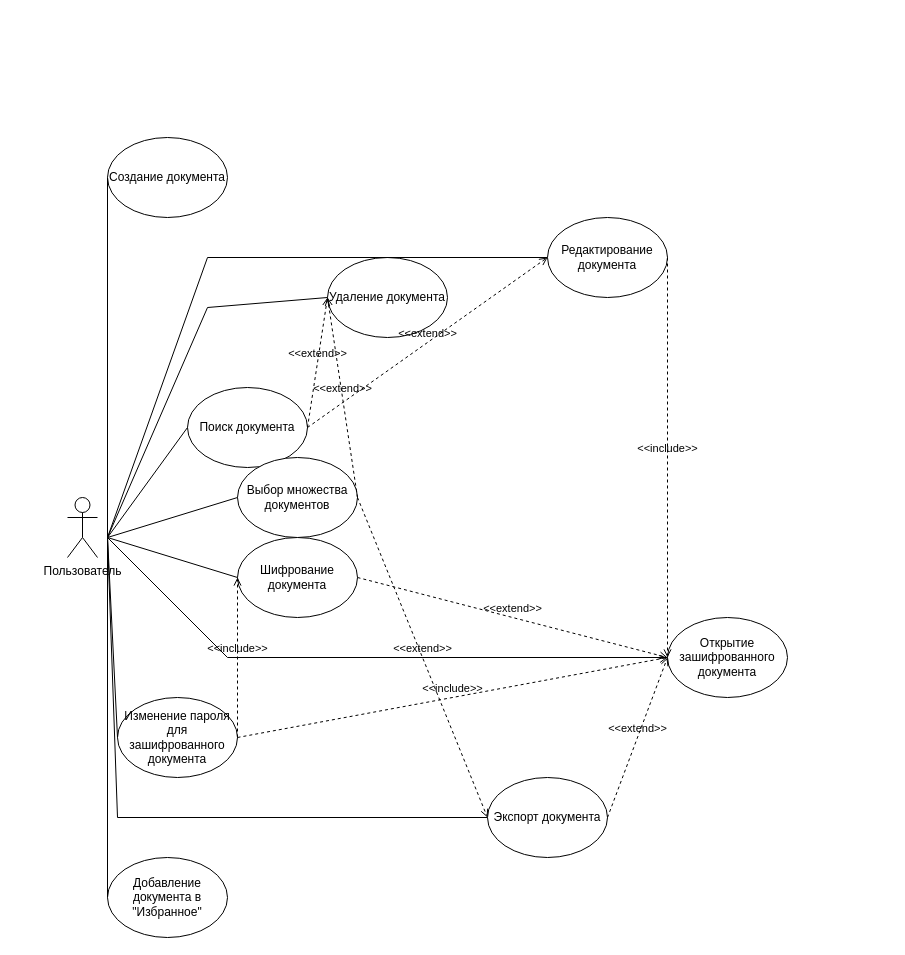
Before: lab_2.drawio in Silrec/TSiPPO, a draw.io diagram. Source tidied: cells renumbered, new cells numbered last; positions are measured from the earlier drawing's top-left corner, leaving out a move shared by most shapes. Both pictures are drawn from the tidied source at 100%, with x=0, y=0 at pixel (67, 137).
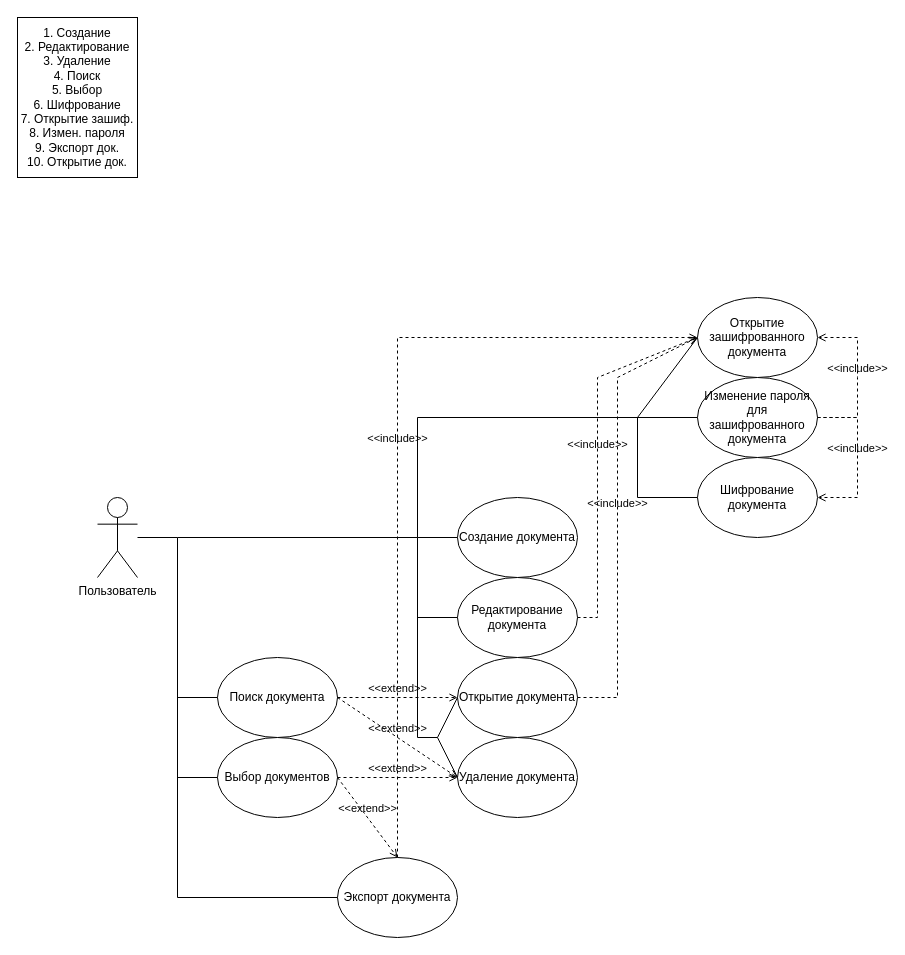
After the change.

What changed in the source:
```diff
@@
     <mxCell id="2" value="Пользователь" style="shape=umlActor;verticalLabelPosition=bottom;verticalAlign=top;html=1;" parent="1" vertex="1">
-      <mxGeometry y="360" width="30" height="60" as="geometry" />
+      <mxGeometry x="30" y="360" width="40" height="80" as="geometry" />
     </mxCell>
     <mxCell id="3" value="Создание документа" style="ellipse;whiteSpace=wrap;html=1;" parent="1" vertex="1">
-      <mxGeometry x="40" width="120" height="80" as="geometry" />
+      <mxGeometry x="390" y="360" width="120" height="80" as="geometry" />
     </mxCell>
     <mxCell id="4" value="Редактирование документа" style="ellipse;whiteSpace=wrap;html=1;" parent="1" vertex="1">
-      <mxGeometry x="480" y="80" width="120" height="80" as="geometry" />
+      <mxGeometry x="390" y="440" width="120" height="80" as="geometry" />
     </mxCell>
     <mxCell id="5" value="Удаление документа" style="ellipse;whiteSpace=wrap;html=1;" parent="1" vertex="1">
-      <mxGeometry x="260" y="120" width="120" height="80" as="geometry" />
+      <mxGeometry x="390" y="600" width="120" height="80" as="geometry" />
     </mxCell>
     <mxCell id="6" value="Поиск документа" style="ellipse;whiteSpace=wrap;html=1;" parent="1" vertex="1">
-      <mxGeometry x="120" y="250" width="120" height="80" as="geometry" />
+      <mxGeometry x="150" y="520" width="120" height="80" as="geometry" />
     </mxCell>
-    <mxCell id="7" value="Выбор множества документов" style="ellipse;whiteSpace=wrap;html=1;" parent="1" vertex="1">
-      <mxGeometry x="170" y="320" width="120" height="80" as="geometry" />
+    <mxCell id="7" value="Выбор&lt;span style=&quot;background-color: transparent; color: light-dark(rgb(0, 0, 0), rgb(255, 255, 255));&quot;&gt;&amp;nbsp;документов&lt;/span&gt;" style="ellipse;whiteSpace=wrap;html=1;" parent="1" vertex="1">
+      <mxGeometry x="150" y="600" width="120" height="80" as="geometry" />
     </mxCell>
     <mxCell id="8" value="Шифрование документа" style="ellipse;whiteSpace=wrap;html=1;" parent="1" vertex="1">
-      <mxGeometry x="170" y="400" width="120" height="80" as="geometry" />
+      <mxGeometry x="630" y="320" width="120" height="80" as="geometry" />
     </mxCell>
     <mxCell id="9" value="Открытие зашифрованного документа" style="ellipse;whiteSpace=wrap;html=1;" parent="1" vertex="1">
-      <mxGeometry x="600" y="480" width="120" height="80" as="geometry" />
+      <mxGeometry x="630" y="160" width="120" height="80" as="geometry" />
     </mxCell>
     <mxCell id="10" value="Изменение пароля для зашифрованного документа" style="ellipse;whiteSpace=wrap;html=1;" parent="1" vertex="1">
-      <mxGeometry x="50" y="560" width="120" height="80" as="geometry" />
+      <mxGeometry x="630" y="240" width="120" height="80" as="geometry" />
     </mxCell>
     <mxCell id="11" value="Экспорт документа" style="ellipse;whiteSpace=wrap;html=1;" parent="1" vertex="1">
-      <mxGeometry x="420" y="640" width="120" height="80" as="geometry" />
+      <mxGeometry x="270" y="720" width="120" height="80" as="geometry" />
     </mxCell>
-    <mxCell id="12" value="Добавление документа в &quot;Избранное&quot;" style="ellipse;whiteSpace=wrap;html=1;" parent="1" vertex="1">
-      <mxGeometry x="40" y="720" width="120" height="80" as="geometry" />
+    <mxCell id="12" value="Открытие документа" style="ellipse;whiteSpace=wrap;html=1;" parent="1" vertex="1">
+      <mxGeometry x="390" y="520" width="120" height="80" as="geometry" />
     </mxCell>
-    <mxCell id="13" style="endArrow=none;html=1;rounded=0;entryX=0;entryY=0.5;entryDx=0;entryDy=0;" parent="1" edge="1" target="3">
-      <mxGeometry relative="1" as="geometry">
-        <mxPoint x="40" y="400" as="sourcePoint" />
-      </mxGeometry>
-    </mxCell>
-    <mxCell id="14" style="endArrow=none;html=1;rounded=0;entryX=0;entryY=0.5;entryDx=0;entryDy=0;" parent="1" edge="1" target="4">
-      <mxGeometry relative="1" as="geometry">
-        <mxPoint x="40" y="400" as="sourcePoint" />
-        <Array as="points">
-          <mxPoint x="140" y="120" />
-        </Array>
-      </mxGeometry>
-    </mxCell>
-    <mxCell id="15" style="endArrow=none;html=1;rounded=0;entryX=0;entryY=0.5;entryDx=0;entryDy=0;" parent="1" edge="1" target="5">
-      <mxGeometry relative="1" as="geometry">
-        <mxPoint x="40" y="400" as="sourcePoint" />
-        <Array as="points">
-          <mxPoint x="140" y="170" />
-        </Array>
-      </mxGeometry>
-    </mxCell>
-    <mxCell id="16" style="endArrow=none;html=1;rounded=0;entryX=0;entryY=0.5;entryDx=0;entryDy=0;" parent="1" edge="1" target="6">
-      <mxGeometry relative="1" as="geometry">
-        <mxPoint x="40" y="400" as="sourcePoint" />
-      </mxGeometry>
-    </mxCell>
-    <mxCell id="17" style="endArrow=none;html=1;rounded=0;entryX=0;entryY=0.5;entryDx=0;entryDy=0;" parent="1" edge="1" target="7">
-      <mxGeometry relative="1" as="geometry">
-        <mxPoint x="40" y="400" as="sourcePoint" />
-      </mxGeometry>
-    </mxCell>
-    <mxCell id="18" style="endArrow=none;html=1;rounded=0;entryX=0;entryY=0.5;entryDx=0;entryDy=0;" parent="1" edge="1" target="8">
-      <mxGeometry relative="1" as="geometry">
-        <mxPoint x="40" y="400" as="sourcePoint" />
-      </mxGeometry>
-    </mxCell>
-    <mxCell id="19" style="endArrow=none;html=1;rounded=0;entryX=0;entryY=0.5;entryDx=0;entryDy=0;" parent="1" edge="1" target="10">
-      <mxGeometry relative="1" as="geometry">
-        <mxPoint x="40" y="400" as="sourcePoint" />
-      </mxGeometry>
-    </mxCell>
-    <mxCell id="20" style="endArrow=none;html=1;rounded=0;entryX=0;entryY=0.5;entryDx=0;entryDy=0;" parent="1" edge="1" target="11">
-      <mxGeometry relative="1" as="geometry">
-        <mxPoint x="40" y="400" as="sourcePoint" />
-        <Array as="points">
-          <mxPoint x="50" y="680" />
-        </Array>
-      </mxGeometry>
-    </mxCell>
-    <mxCell id="21" style="endArrow=none;html=1;rounded=0;entryX=0;entryY=0.5;entryDx=0;entryDy=0;" parent="1" edge="1" target="12">
-      <mxGeometry relative="1" as="geometry">
-        <mxPoint x="40" y="400" as="sourcePoint" />
-      </mxGeometry>
-    </mxCell>
-    <mxCell id="22" style="endArrow=none;html=1;rounded=0;entryX=0;entryY=0.5;entryDx=0;entryDy=0;" parent="1" edge="1" target="9">
-      <mxGeometry relative="1" as="geometry">
-        <mxPoint x="40" y="400" as="sourcePoint" />
-        <Array as="points">
-          <mxPoint x="160" y="520" />
-        </Array>
-      </mxGeometry>
-    </mxCell>
+    <mxCell id="26" value="&amp;lt;&amp;lt;include&amp;gt;&amp;gt;" style="html=1;verticalAlign=bottom;labelBackgroundColor=none;endArrow=open;endFill=0;dashed=1;rounded=0;entryX=1;entryY=0.5;entryDx=0;entryDy=0;exitX=1;exitY=0.5;exitDx=0;exitDy=0;" parent="1" edge="1" source="10" target="8">
+      <mxGeometry relative="1" as="geometry">
+        <Array as="points">
+          <mxPoint x="790" y="280" />
+          <mxPoint x="790" y="360" />
+        </Array>
+      </mxGeometry>
+    </mxCell>
+    <mxCell id="27" value="&amp;lt;&amp;lt;include&amp;gt;&amp;gt;" style="html=1;verticalAlign=bottom;labelBackgroundColor=none;endArrow=open;endFill=0;dashed=1;rounded=0;entryX=1;entryY=0.5;entryDx=0;entryDy=0;exitX=1;exitY=0.5;exitDx=0;exitDy=0;" parent="1" edge="1" source="10" target="9">
+      <mxGeometry relative="1" as="geometry">
+        <Array as="points">
+          <mxPoint x="790" y="280" />
+          <mxPoint x="790" y="240" />
+          <mxPoint x="790" y="200" />
+        </Array>
+      </mxGeometry>
+    </mxCell>
+    <mxCell id="32" value="1. Создание&lt;div&gt;2. Редактирование&lt;/div&gt;&lt;div&gt;3. Удаление&lt;/div&gt;&lt;div&gt;4. Поиск&lt;/div&gt;&lt;div&gt;5. Выбор&lt;/div&gt;&lt;div&gt;6. Шифрование&lt;/div&gt;&lt;div&gt;7. Открытие зашиф.&lt;/div&gt;&lt;div&gt;8. Измен. пароля&lt;/div&gt;&lt;div&gt;9. Экспорт док.&lt;/div&gt;&lt;div&gt;10. Открытие док.&lt;/div&gt;" style="rounded=0;whiteSpace=wrap;html=1;" parent="1" vertex="1">
+      <mxGeometry x="-50" y="-120" width="120" height="160" as="geometry" />
+    </mxCell>
+    <mxCell id="33" value="&amp;lt;&amp;lt;include&amp;gt;&amp;gt;" style="html=1;verticalAlign=bottom;labelBackgroundColor=none;endArrow=open;endFill=0;dashed=1;rounded=0;exitX=1;exitY=0.5;exitDx=0;exitDy=0;entryX=0;entryY=0.5;entryDx=0;entryDy=0;" parent="1" edge="1" source="12" target="9">
+      <mxGeometry relative="1" as="geometry">
+        <Array as="points">
+          <mxPoint x="550" y="560" />
+          <mxPoint x="550" y="240" />
+        </Array>
+      </mxGeometry>
+    </mxCell>
+    <mxCell id="25" value="&amp;lt;&amp;lt;include&amp;gt;&amp;gt;" style="html=1;verticalAlign=bottom;labelBackgroundColor=none;endArrow=open;endFill=0;dashed=1;rounded=0;exitX=1;exitY=0.5;exitDx=0;exitDy=0;entryX=0;entryY=0.5;entryDx=0;entryDy=0;" parent="1" edge="1" source="4" target="9">
+      <mxGeometry relative="1" as="geometry">
+        <Array as="points">
+          <mxPoint x="530" y="480" />
+          <mxPoint x="530" y="240" />
+        </Array>
+      </mxGeometry>
+    </mxCell>
+    <mxCell id="34" value="&amp;lt;&amp;lt;extend&amp;gt;&amp;gt;" style="html=1;verticalAlign=bottom;labelBackgroundColor=none;endArrow=open;endFill=0;dashed=1;rounded=0;exitX=1;exitY=0.5;exitDx=0;exitDy=0;entryX=0;entryY=0.5;entryDx=0;entryDy=0;" parent="1" edge="1" source="6" target="12">
+      <mxGeometry relative="1" as="geometry" />
+    </mxCell>
-    <mxCell id="23" value="&amp;lt;&amp;lt;extend&amp;gt;&amp;gt;" style="html=1;verticalAlign=bottom;labelBackgroundColor=none;endArrow=open;endFill=0;dashed=1;rounded=0;exitX=1;exitY=0.5;exitDx=0;exitDy=0;entryX=0;entryY=0.5;entryDx=0;entryDy=0;" parent="1" edge="1" source="6" target="5">
+    <mxCell id="23" value="&amp;lt;&amp;lt;extend&amp;gt;&amp;gt;" style="html=1;verticalAlign=bottom;labelBackgroundColor=none;endArrow=open;endFill=0;dashed=1;rounded=0;entryX=0;entryY=0.5;entryDx=0;entryDy=0;exitX=1;exitY=0.5;exitDx=0;exitDy=0;" parent="1" edge="1" source="6" target="5">
       <mxGeometry relative="1" as="geometry" />
     </mxCell>
@@
-    <mxCell id="25" value="&amp;lt;&amp;lt;include&amp;gt;&amp;gt;" style="html=1;verticalAlign=bottom;labelBackgroundColor=none;endArrow=open;endFill=0;dashed=1;rounded=0;exitX=1;exitY=0.5;exitDx=0;exitDy=0;entryX=0;entryY=0.5;entryDx=0;entryDy=0;" parent="1" edge="1" source="4" target="9">
-      <mxGeometry relative="1" as="geometry" />
-    </mxCell>
-    <mxCell id="26" value="&amp;lt;&amp;lt;include&amp;gt;&amp;gt;" style="html=1;verticalAlign=bottom;labelBackgroundColor=none;endArrow=open;endFill=0;dashed=1;rounded=0;exitX=1;exitY=0.5;exitDx=0;exitDy=0;entryX=0;entryY=0.5;entryDx=0;entryDy=0;" parent="1" edge="1" source="10" target="8">
-      <mxGeometry relative="1" as="geometry" />
-    </mxCell>
-    <mxCell id="27" value="&amp;lt;&amp;lt;include&amp;gt;&amp;gt;" style="html=1;verticalAlign=bottom;labelBackgroundColor=none;endArrow=open;endFill=0;dashed=1;rounded=0;exitX=1;exitY=0.5;exitDx=0;exitDy=0;entryX=0;entryY=0.5;entryDx=0;entryDy=0;" parent="1" edge="1" source="10" target="9">
-      <mxGeometry relative="1" as="geometry" />
-    </mxCell>
-    <mxCell id="28" value="&amp;lt;&amp;lt;extend&amp;gt;&amp;gt;" style="html=1;verticalAlign=bottom;labelBackgroundColor=none;endArrow=open;endFill=0;dashed=1;rounded=0;exitX=1;exitY=0.5;exitDx=0;exitDy=0;entryX=0;entryY=0.5;entryDx=0;entryDy=0;" parent="1" edge="1" source="6" target="4">
-      <mxGeometry relative="1" as="geometry" />
-    </mxCell>
-    <mxCell id="29" value="&amp;lt;&amp;lt;extend&amp;gt;&amp;gt;" style="html=1;verticalAlign=bottom;labelBackgroundColor=none;endArrow=open;endFill=0;dashed=1;rounded=0;exitX=1;exitY=0.5;exitDx=0;exitDy=0;entryX=0;entryY=0.5;entryDx=0;entryDy=0;" parent="1" edge="1" source="8" target="9">
-      <mxGeometry relative="1" as="geometry" />
-    </mxCell>
+    <mxCell id="31" value="&amp;lt;&amp;lt;extend&amp;gt;&amp;gt;" style="html=1;verticalAlign=bottom;labelBackgroundColor=none;endArrow=open;endFill=0;dashed=1;rounded=0;exitX=1;exitY=0.5;exitDx=0;exitDy=0;entryX=0.5;entryY=0;entryDx=0;entryDy=0;" parent="1" edge="1" source="7" target="11">
+      <mxGeometry relative="1" as="geometry" />
+    </mxCell>
-    <mxCell id="30" value="&amp;lt;&amp;lt;extend&amp;gt;&amp;gt;" style="html=1;verticalAlign=bottom;labelBackgroundColor=none;endArrow=open;endFill=0;dashed=1;rounded=0;exitX=1;exitY=0.5;exitDx=0;exitDy=0;entryX=0;entryY=0.5;entryDx=0;entryDy=0;" parent="1" edge="1" source="11" target="9">
-      <mxGeometry relative="1" as="geometry" />
+    <mxCell id="30" value="&amp;lt;&amp;lt;include&amp;gt;&amp;gt;" style="html=1;verticalAlign=bottom;labelBackgroundColor=none;endArrow=open;endFill=0;dashed=1;rounded=0;exitX=0.5;exitY=0;exitDx=0;exitDy=0;entryX=0;entryY=0.5;entryDx=0;entryDy=0;" parent="1" edge="1" source="11" target="9">
+      <mxGeometry relative="1" as="geometry">
+        <Array as="points">
+          <mxPoint x="330" y="200" />
+        </Array>
+      </mxGeometry>
     </mxCell>
-    <mxCell id="31" value="&amp;lt;&amp;lt;extend&amp;gt;&amp;gt;" style="html=1;verticalAlign=bottom;labelBackgroundColor=none;endArrow=open;endFill=0;dashed=1;rounded=0;exitX=1;exitY=0.5;exitDx=0;exitDy=0;entryX=0;entryY=0.5;entryDx=0;entryDy=0;" parent="1" edge="1" source="7" target="11">
-      <mxGeometry relative="1" as="geometry" />
-    </mxCell>
+    <mxCell id="35" style="endArrow=none;html=1;rounded=0;entryX=0;entryY=0.5;entryDx=0;entryDy=0;" parent="1" edge="1" target="11">
+      <mxGeometry relative="1" as="geometry">
+        <mxPoint x="70" y="400" as="sourcePoint" />
+        <Array as="points">
+          <mxPoint x="110" y="400" />
+          <mxPoint x="110" y="760" />
+        </Array>
+      </mxGeometry>
+    </mxCell>
+    <mxCell id="36" style="endArrow=none;html=1;rounded=0;entryX=0;entryY=0.5;entryDx=0;entryDy=0;" parent="1" edge="1" target="6">
+      <mxGeometry relative="1" as="geometry">
+        <mxPoint x="110" y="560" as="sourcePoint" />
+      </mxGeometry>
+    </mxCell>
+    <mxCell id="37" style="endArrow=none;html=1;rounded=0;entryX=0;entryY=0.5;entryDx=0;entryDy=0;" parent="1" edge="1" target="7">
+      <mxGeometry relative="1" as="geometry">
+        <mxPoint x="110" y="640" as="sourcePoint" />
+      </mxGeometry>
+    </mxCell>
+    <mxCell id="38" style="endArrow=none;html=1;rounded=0;entryX=0;entryY=0.5;entryDx=0;entryDy=0;" parent="1" edge="1" target="5">
+      <mxGeometry relative="1" as="geometry">
+        <mxPoint x="110" y="400" as="sourcePoint" />
+        <Array as="points">
+          <mxPoint x="350" y="400" />
+          <mxPoint x="350" y="600" />
+          <mxPoint x="370" y="600" />
+        </Array>
+      </mxGeometry>
+    </mxCell>
+    <mxCell id="39" style="endArrow=none;html=1;rounded=0;entryX=0;entryY=0.5;entryDx=0;entryDy=0;" parent="1" edge="1" target="3">
+      <mxGeometry relative="1" as="geometry">
+        <mxPoint x="350" y="400" as="sourcePoint" />
+      </mxGeometry>
+    </mxCell>
+    <mxCell id="40" style="endArrow=none;html=1;rounded=0;entryX=0;entryY=0.5;entryDx=0;entryDy=0;" parent="1" edge="1" target="12">
+      <mxGeometry relative="1" as="geometry">
+        <mxPoint x="370" y="600" as="sourcePoint" />
+      </mxGeometry>
+    </mxCell>
+    <mxCell id="41" style="endArrow=none;html=1;rounded=0;entryX=0;entryY=0.5;entryDx=0;entryDy=0;" parent="1" edge="1" target="4">
+      <mxGeometry relative="1" as="geometry">
+        <mxPoint x="350" y="480" as="sourcePoint" />
+      </mxGeometry>
+    </mxCell>
+    <mxCell id="42" style="endArrow=none;html=1;rounded=0;entryX=0;entryY=0.5;entryDx=0;entryDy=0;" parent="1" edge="1" target="10">
+      <mxGeometry relative="1" as="geometry">
+        <mxPoint x="350" y="400" as="sourcePoint" />
+        <Array as="points">
+          <mxPoint x="350" y="280" />
+        </Array>
+      </mxGeometry>
+    </mxCell>
+    <mxCell id="43" style="endArrow=none;html=1;rounded=0;exitX=0;exitY=0.5;exitDx=0;exitDy=0;" parent="1" edge="1" source="8">
+      <mxGeometry relative="1" as="geometry">
+        <mxPoint x="570" y="280" as="targetPoint" />
+        <Array as="points">
+          <mxPoint x="570" y="360" />
+        </Array>
+      </mxGeometry>
+    </mxCell>
+    <mxCell id="44" style="endArrow=none;html=1;rounded=0;entryX=0;entryY=0.5;entryDx=0;entryDy=0;" parent="1" edge="1" target="9">
+      <mxGeometry relative="1" as="geometry">
+        <mxPoint x="570" y="280" as="sourcePoint" />
+      </mxGeometry>
+    </mxCell>
```
